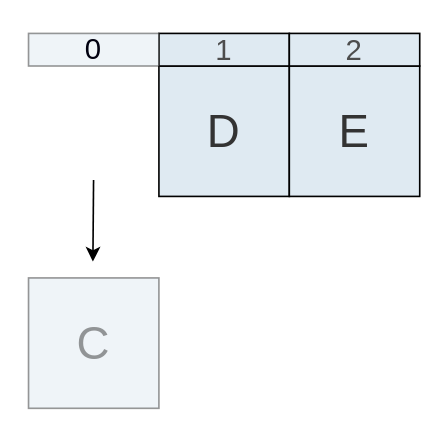
Above: page "7" (8 of 8) of teoria/04_estructuras_y_algoritmos/imgs/02/colas.drawio in ee-unr/programacion-2 (draw.io), before the change. Source tidied: cells renumbered, new cells numbered last; positions are measured from the earlier drawing's top-left corner, leaving out a move shared by most shapes. Both pictures are drawn from the tidied source at 163%, with x=0, y=0 at pixel (28, 33).
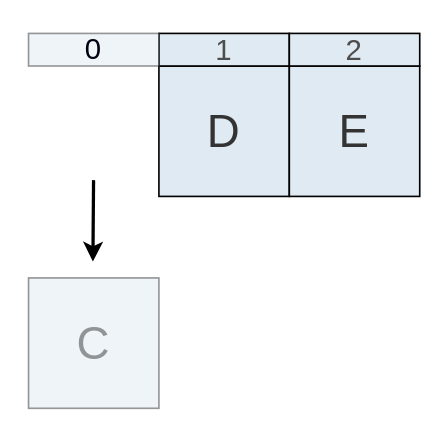
Above is the later version.

The edit, as a diff of the source:
```diff
@@
 <mxGraphModel>
   <root>
     <mxCell id="0" />
     <mxCell id="1" parent="0" />
     <mxCell id="2" value="&lt;span style=&quot;color: rgb(51, 51, 51); font-family: &amp;quot;Cascadia Code&amp;quot;; font-size: 28px;&quot;&gt;D&lt;/span&gt;" style="rounded=0;whiteSpace=wrap;html=1;strokeWidth=1;fillColor=#DFEAF2;" parent="1" vertex="1">
       <mxGeometry x="80" y="20" width="80" height="80" as="geometry" />
     </mxCell>
     <mxCell id="3" value="&lt;span style=&quot;color: rgb(51, 51, 51); font-family: &amp;quot;Cascadia Code&amp;quot;; font-size: 28px;&quot;&gt;E&lt;/span&gt;" style="rounded=0;whiteSpace=wrap;html=1;strokeWidth=1;fillColor=#DFEAF2;" parent="1" vertex="1">
       <mxGeometry x="160" y="20" width="80" height="80" as="geometry" />
     </mxCell>
     <mxCell id="4" value="&lt;font style=&quot;color: rgb(77, 77, 77); font-size: 18px;&quot; face=&quot;Cascadia Code&quot;&gt;1&lt;/font&gt;" style="rounded=0;whiteSpace=wrap;html=1;strokeWidth=1;fillColor=#DFEAF2;fontSize=22;" parent="1" vertex="1">
       <mxGeometry x="80" width="80" height="20" as="geometry" />
     </mxCell>
     <mxCell id="5" value="&lt;font style=&quot;color: rgb(77, 77, 77); font-size: 18px;&quot; face=&quot;Cascadia Code&quot;&gt;2&lt;/font&gt;" style="rounded=0;whiteSpace=wrap;html=1;strokeWidth=1;fillColor=#DFEAF2;fontSize=22;" parent="1" vertex="1">
       <mxGeometry x="160" width="80" height="20" as="geometry" />
     </mxCell>
     <mxCell id="6" value="&lt;span style=&quot;font-size: 28px;&quot;&gt;&lt;font style=&quot;color: rgba(51, 51, 51, 0.5);&quot;&gt;C&lt;/font&gt;&lt;/span&gt;" style="rounded=0;whiteSpace=wrap;html=1;strokeWidth=1;fillColor=#DFEAF280;fontFamily=Cascadia Code;fontColor=#333333;strokeColor=#33333380;" parent="1" vertex="1">
       <mxGeometry y="150" width="80" height="80" as="geometry" />
     </mxCell>
-    <mxCell id="7" style="endArrow=classic;html=1;rounded=0;" parent="1" edge="1">
+    <mxCell id="7" style="endArrow=classic;html=1;rounded=0;strokeWidth=2;" parent="1" edge="1">
       <mxGeometry relative="1" as="geometry">
         <mxPoint x="39.9" y="90" as="sourcePoint" />
         <mxPoint x="39.5" y="140" as="targetPoint" />
       </mxGeometry>
     </mxCell>
     <mxCell id="8" value="&lt;font color=&quot;rgba(51, 51, 51, 0.5)&quot;&gt;&lt;span style=&quot;font-size: 18px;&quot;&gt;0&lt;/span&gt;&lt;/font&gt;" style="rounded=0;whiteSpace=wrap;html=1;strokeWidth=1;fillColor=#DFEAF280;fontFamily=Cascadia Code;fontColor=#333333;strokeColor=#33333380;" parent="1" vertex="1">
       <mxGeometry width="80" height="20" as="geometry" />
     </mxCell>
   </root>
 </mxGraphModel>
```
